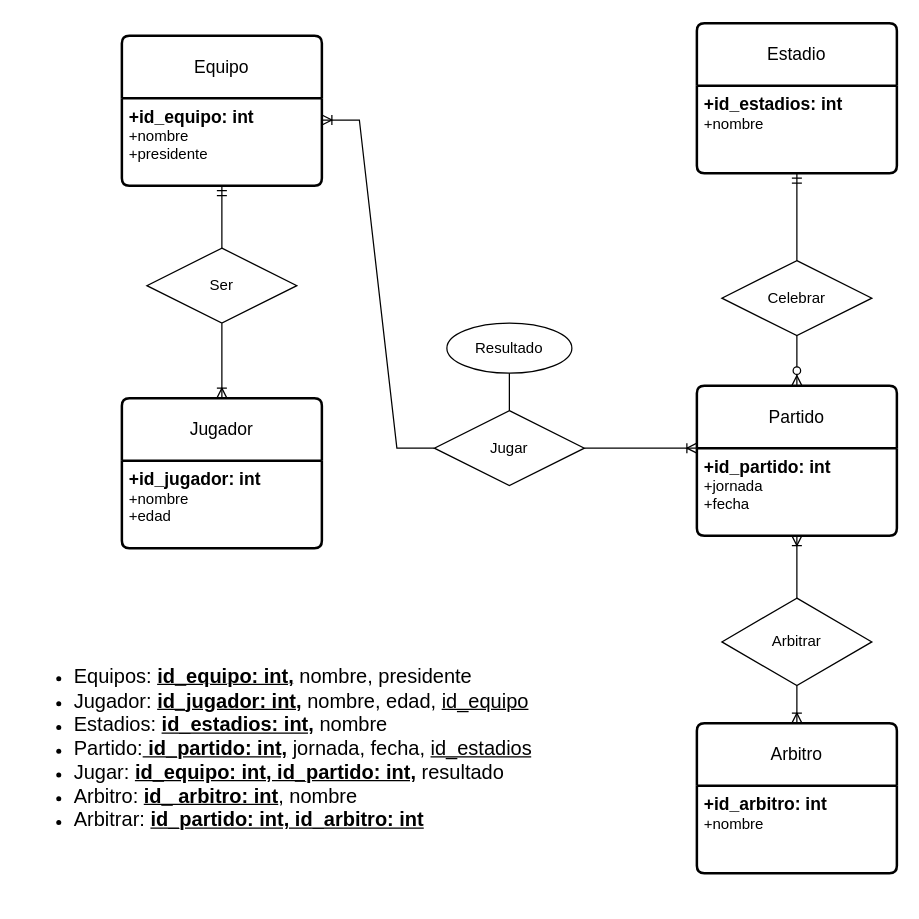
Earlier version of the draw.io diagram ejercicio10.drawio (AsierGArranz/aga-sru-sa-t-UD12DiagramaER-11102023). Source tidied: cells renumbered, new cells numbered last; positions are measured from the earlier drawing's top-left corner, leaving out a move shared by most shapes. Both pictures are drawn from the tidied source at 125%, with x=0, y=0 at pixel (21, 22).
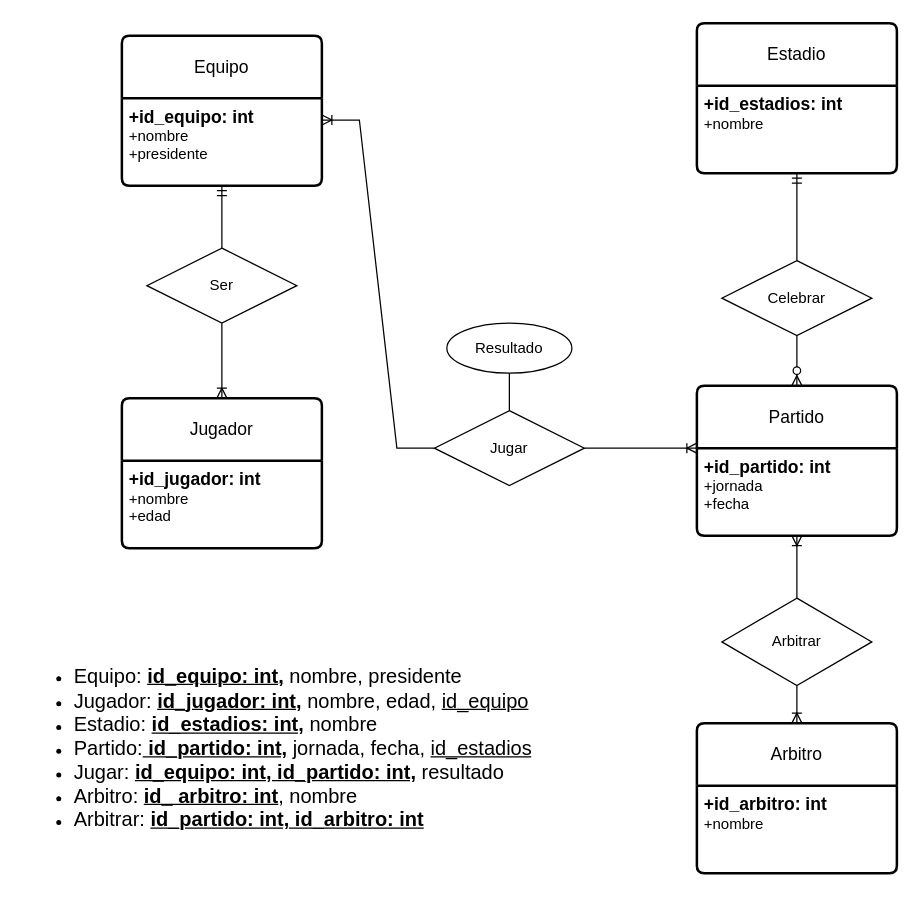
After the change.

The edit, as a diff of the source:
```diff
@@
-    <mxCell id="26" value="&lt;ul&gt;&lt;li&gt;&lt;font size=&quot;3&quot;&gt;Equipos: &lt;u style=&quot;font-weight: bold;&quot;&gt;id_equipo: int,&lt;/u&gt;&amp;nbsp;nombre, presidente&lt;/font&gt;&lt;/li&gt;&lt;li&gt;&lt;font size=&quot;3&quot;&gt;Jugador: &lt;u style=&quot;font-weight: bold;&quot;&gt;id_jugador: int,&lt;/u&gt;&amp;nbsp;nombre, edad, &lt;u&gt;id_equipo&lt;/u&gt;&lt;/font&gt;&lt;/li&gt;&lt;li&gt;&lt;font size=&quot;3&quot;&gt;Estadios: &lt;u style=&quot;font-weight: bold;&quot;&gt;id_estadios: int,&lt;/u&gt;&amp;nbsp;nombre&lt;/font&gt;&lt;/li&gt;&lt;li&gt;&lt;font size=&quot;3&quot;&gt;Partido:&lt;u style=&quot;font-weight: bold;&quot;&gt;&amp;nbsp;id_partido: int,&lt;/u&gt;&amp;nbsp;jornada, fecha, &lt;u&gt;id_estadios&lt;/u&gt;&lt;/font&gt;&lt;/li&gt;&lt;li&gt;&lt;font size=&quot;3&quot;&gt;Jugar: &lt;u style=&quot;font-weight: bold;&quot;&gt;id_equipo: int, id_partido: int,&lt;/u&gt;&amp;nbsp;resultado&lt;/font&gt;&lt;/li&gt;&lt;li&gt;&lt;font size=&quot;3&quot;&gt;Arbitro: &lt;u style=&quot;font-weight: bold;&quot;&gt;id_ arbitro: int&lt;/u&gt;, nombre&lt;/font&gt;&lt;/li&gt;&lt;li&gt;&lt;font size=&quot;3&quot;&gt;Arbitrar: &lt;b&gt;&lt;u&gt;id_partido: int, id_arbitro: int&lt;/u&gt;&lt;/b&gt;&lt;/font&gt;&lt;/li&gt;&lt;/ul&gt;" style="text;strokeColor=none;fillColor=none;html=1;whiteSpace=wrap;verticalAlign=middle;overflow=hidden;" parent="1" vertex="1">
+    <mxCell id="26" value="&lt;ul&gt;&lt;li&gt;&lt;font size=&quot;3&quot;&gt;Equipo: &lt;u style=&quot;font-weight: bold;&quot;&gt;id_equipo: int,&lt;/u&gt;&amp;nbsp;nombre, presidente&lt;/font&gt;&lt;/li&gt;&lt;li&gt;&lt;font size=&quot;3&quot;&gt;Jugador: &lt;u style=&quot;font-weight: bold;&quot;&gt;id_jugador: int,&lt;/u&gt;&amp;nbsp;nombre, edad, &lt;u&gt;id_equipo&lt;/u&gt;&lt;/font&gt;&lt;/li&gt;&lt;li&gt;&lt;font size=&quot;3&quot;&gt;Estadio: &lt;u style=&quot;font-weight: bold;&quot;&gt;id_estadios: int,&lt;/u&gt;&amp;nbsp;nombre&lt;/font&gt;&lt;/li&gt;&lt;li&gt;&lt;font size=&quot;3&quot;&gt;Partido:&lt;u style=&quot;font-weight: bold;&quot;&gt;&amp;nbsp;id_partido: int,&lt;/u&gt;&amp;nbsp;jornada, fecha, &lt;u&gt;id_estadios&lt;/u&gt;&lt;/font&gt;&lt;/li&gt;&lt;li&gt;&lt;font size=&quot;3&quot;&gt;Jugar: &lt;u style=&quot;font-weight: bold;&quot;&gt;id_equipo: int, id_partido: int,&lt;/u&gt;&amp;nbsp;resultado&lt;/font&gt;&lt;/li&gt;&lt;li&gt;&lt;font size=&quot;3&quot;&gt;Arbitro: &lt;u style=&quot;font-weight: bold;&quot;&gt;id_ arbitro: int&lt;/u&gt;, nombre&lt;/font&gt;&lt;/li&gt;&lt;li&gt;&lt;font size=&quot;3&quot;&gt;Arbitrar: &lt;b&gt;&lt;u&gt;id_partido: int, id_arbitro: int&lt;/u&gt;&lt;/b&gt;&lt;/font&gt;&lt;/li&gt;&lt;/ul&gt;" style="text;strokeColor=none;fillColor=none;html=1;whiteSpace=wrap;verticalAlign=middle;overflow=hidden;" parent="1" vertex="1">
       <mxGeometry y="460" width="450" height="240" as="geometry" />
     </mxCell>
```
